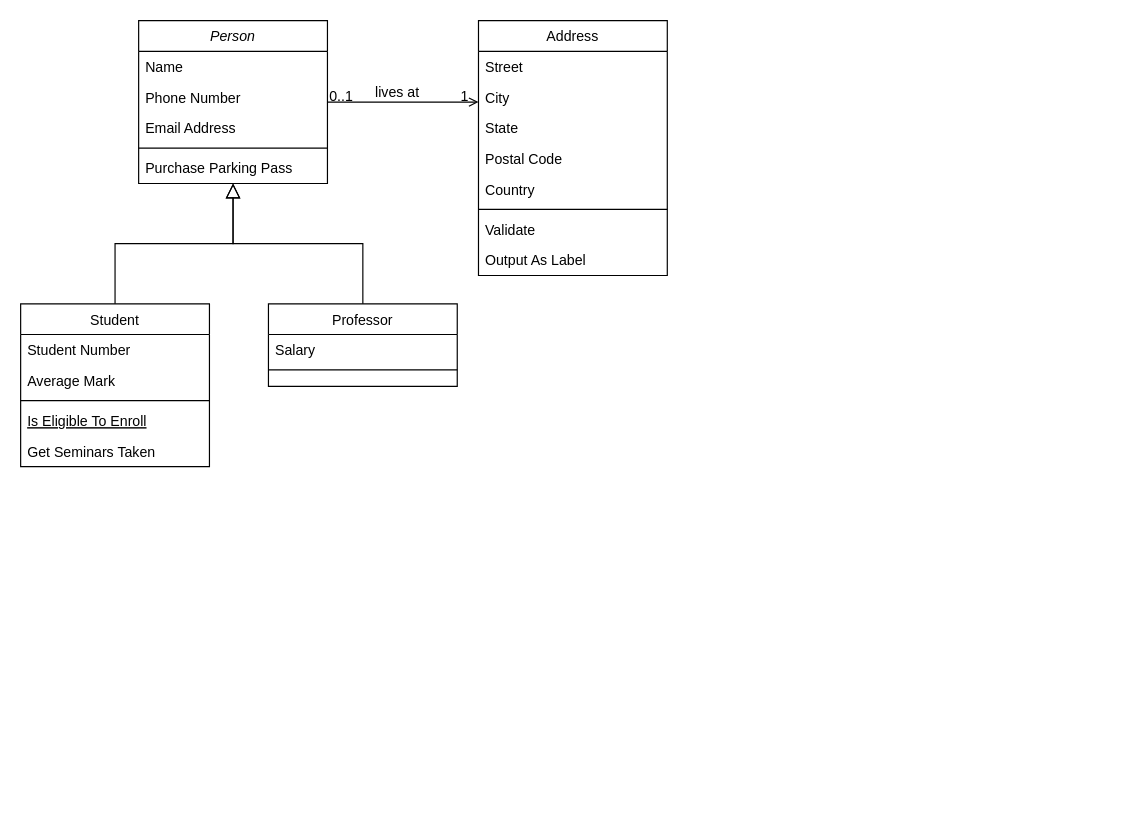
This is DIAG CLASES TP.drawio from phoenix1179/BD, a draw.io file, before an edit. Source tidied: cells renumbered, new cells numbered last; positions are measured from the earlier drawing's top-left corner, leaving out a move shared by most shapes. Both pictures are drawn from the tidied source at 118%, with x=0, y=0 at pixel (20, 20).
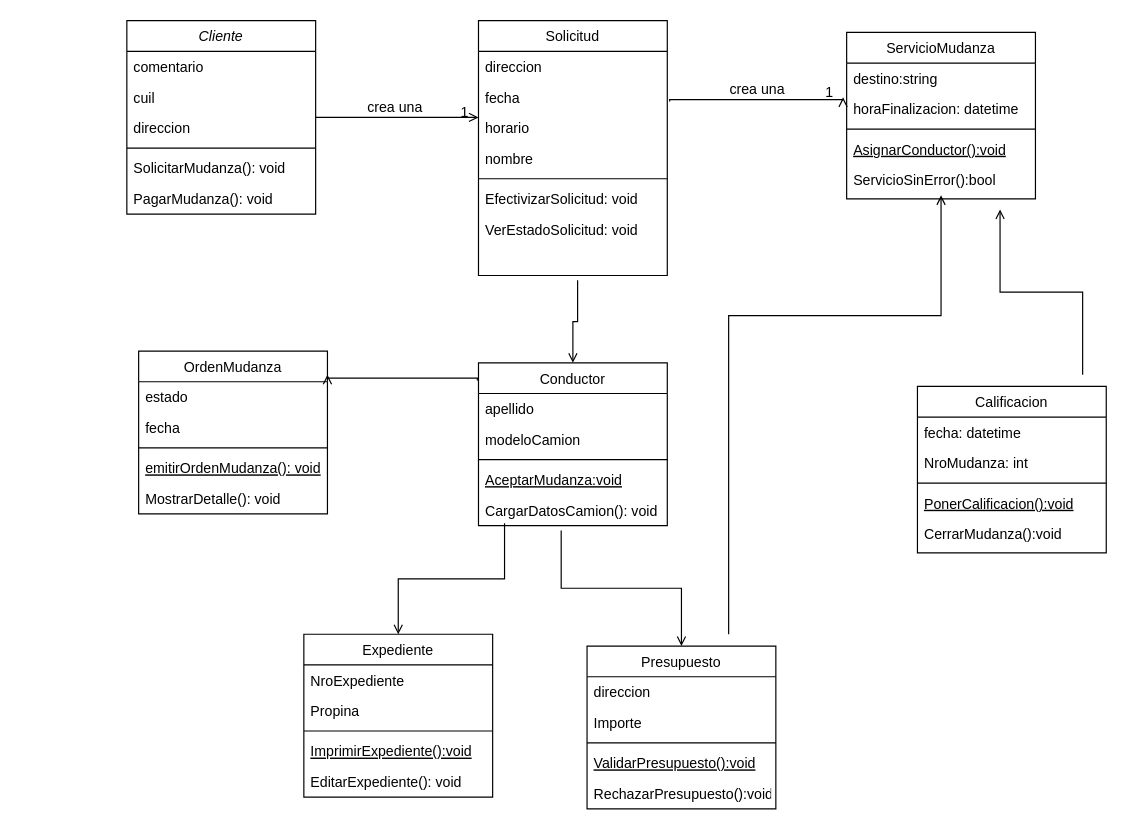
The same diagram, later.

Unchanged cells that the change refers to:
```xml
<mxCell id="28" style="endArrow=open;shadow=0;strokeWidth=1;rounded=0;endFill=1;edgeStyle=elbowEdgeStyle;elbow=vertical;" parent="1" edge="1" source="2" target="19">
  <mxGeometry x="0.5" y="41" relative="1" as="geometry">
    <mxPoint x="-40" y="32" as="offset" />
  </mxGeometry>
</mxCell>
```

What changed in the source:
```diff
@@
-    <mxCell id="2" value="Person" style="swimlane;fontStyle=2;align=center;verticalAlign=top;horizontal=1;startSize=26;rounded=0;shadow=0;strokeWidth=1;" parent="1" vertex="1">
-      <mxGeometry x="100" width="160" height="138" as="geometry" />
+    <mxCell id="2" value="Cliente" style="swimlane;fontStyle=2;align=center;verticalAlign=top;horizontal=1;startSize=26;rounded=0;shadow=0;strokeWidth=1;" parent="1" vertex="1">
+      <mxGeometry x="90" width="160" height="164" as="geometry" />
     </mxCell>
-    <mxCell id="3" value="Name" style="text;align=left;verticalAlign=top;spacingLeft=4;spacingRight=4;overflow=hidden;" parent="2" vertex="1">
+    <mxCell id="3" value="comentario" style="text;align=left;verticalAlign=top;spacingLeft=4;spacingRight=4;overflow=hidden;" parent="2" vertex="1">
       <mxGeometry y="26" width="160" height="26" as="geometry" />
     </mxCell>
-    <mxCell id="4" value="Phone Number" style="text;align=left;verticalAlign=top;spacingLeft=4;spacingRight=4;overflow=hidden;rounded=0;shadow=0;html=0;" parent="2" vertex="1">
+    <mxCell id="4" value="cuil" style="text;align=left;verticalAlign=top;spacingLeft=4;spacingRight=4;overflow=hidden;rounded=0;shadow=0;html=0;" parent="2" vertex="1">
       <mxGeometry y="52" width="160" height="26" as="geometry" />
     </mxCell>
-    <mxCell id="5" value="Email Address" style="text;align=left;verticalAlign=top;spacingLeft=4;spacingRight=4;overflow=hidden;rounded=0;shadow=0;html=0;" parent="2" vertex="1">
+    <mxCell id="5" value="direccion" style="text;align=left;verticalAlign=top;spacingLeft=4;spacingRight=4;overflow=hidden;rounded=0;shadow=0;html=0;" parent="2" vertex="1">
       <mxGeometry y="78" width="160" height="26" as="geometry" />
     </mxCell>
@@
-    <mxCell id="7" value="Purchase Parking Pass" style="text;align=left;verticalAlign=top;spacingLeft=4;spacingRight=4;overflow=hidden;" parent="2" vertex="1">
+    <mxCell id="7" value="SolicitarMudanza(): void&#10;" style="text;align=left;verticalAlign=top;spacingLeft=4;spacingRight=4;overflow=hidden;" parent="2" vertex="1">
       <mxGeometry y="112" width="160" height="26" as="geometry" />
     </mxCell>
+    <mxCell id="32" value="PagarMudanza(): void&#10;" style="text;align=left;verticalAlign=top;spacingLeft=4;spacingRight=4;overflow=hidden;" parent="2" vertex="1">
+      <mxGeometry y="138" width="160" height="26" as="geometry" />
+    </mxCell>
-    <mxCell id="8" value="Student" style="swimlane;fontStyle=0;align=center;verticalAlign=top;horizontal=1;startSize=26;rounded=0;shadow=0;strokeWidth=1;" parent="1" vertex="1">
-      <mxGeometry y="240" width="160" height="138" as="geometry" />
+    <mxCell id="8" value="Conductor" style="swimlane;fontStyle=0;align=center;verticalAlign=top;horizontal=1;startSize=26;rounded=0;shadow=0;strokeWidth=1;" parent="1" vertex="1">
+      <mxGeometry x="388" y="290" width="160" height="138" as="geometry" />
     </mxCell>
-    <mxCell id="9" value="Student Number" style="text;align=left;verticalAlign=top;spacingLeft=4;spacingRight=4;overflow=hidden;" parent="8" vertex="1">
+    <mxCell id="9" value="apellido" style="text;align=left;verticalAlign=top;spacingLeft=4;spacingRight=4;overflow=hidden;" parent="8" vertex="1">
       <mxGeometry y="26" width="160" height="26" as="geometry" />
     </mxCell>
-    <mxCell id="10" value="Average Mark" style="text;align=left;verticalAlign=top;spacingLeft=4;spacingRight=4;overflow=hidden;rounded=0;shadow=0;html=0;" parent="8" vertex="1">
+    <mxCell id="10" value="modeloCamion" style="text;align=left;verticalAlign=top;spacingLeft=4;spacingRight=4;overflow=hidden;rounded=0;shadow=0;html=0;" parent="8" vertex="1">
       <mxGeometry y="52" width="160" height="26" as="geometry" />
     </mxCell>
@@
-    <mxCell id="12" value="Is Eligible To Enroll" style="text;align=left;verticalAlign=top;spacingLeft=4;spacingRight=4;overflow=hidden;fontStyle=4;" parent="8" vertex="1">
+    <mxCell id="12" value="AceptarMudanza:void" style="text;align=left;verticalAlign=top;spacingLeft=4;spacingRight=4;overflow=hidden;fontStyle=4;" parent="8" vertex="1">
       <mxGeometry y="86" width="160" height="26" as="geometry" />
     </mxCell>
-    <mxCell id="13" value="Get Seminars Taken" style="text;align=left;verticalAlign=top;spacingLeft=4;spacingRight=4;overflow=hidden;points=[[0,0.5],[1,0.5]];portConstraint=eastwest;" parent="8" vertex="1">
+    <mxCell id="13" value="CargarDatosCamion(): void" style="text;align=left;verticalAlign=top;spacingLeft=4;spacingRight=4;overflow=hidden;points=[[0,0.5],[1,0.5]];portConstraint=eastwest;" parent="8" vertex="1">
       <mxGeometry y="112" width="160" height="26" as="geometry" />
     </mxCell>
-    <mxCell id="14" style="endArrow=block;endSize=10;endFill=0;shadow=0;strokeWidth=1;rounded=0;edgeStyle=elbowEdgeStyle;elbow=vertical;" parent="1" edge="1" source="8" target="2">
-      <mxGeometry relative="1" as="geometry" />
-    </mxCell>
-    <mxCell id="15" value="Professor" style="swimlane;fontStyle=0;align=center;verticalAlign=top;horizontal=1;startSize=26;rounded=0;shadow=0;strokeWidth=1;" parent="1" vertex="1">
-      <mxGeometry x="210" y="240" width="160" height="70" as="geometry" />
-    </mxCell>
-    <mxCell id="16" value="Salary" style="text;align=left;verticalAlign=top;spacingLeft=4;spacingRight=4;overflow=hidden;" parent="15" vertex="1">
-      <mxGeometry y="26" width="160" height="26" as="geometry" />
-    </mxCell>
-    <mxCell id="17" style="line;html=1;strokeWidth=1;align=left;verticalAlign=middle;spacingTop=-1;spacingLeft=3;spacingRight=3;labelPosition=right;" parent="15" vertex="1">
-      <mxGeometry y="52" width="160" height="8" as="geometry" />
-    </mxCell>
-    <mxCell id="18" style="endArrow=block;endSize=10;endFill=0;shadow=0;strokeWidth=1;rounded=0;edgeStyle=elbowEdgeStyle;elbow=vertical;" parent="1" edge="1" source="15" target="2">
-      <mxGeometry relative="1" as="geometry" />
-    </mxCell>
-    <mxCell id="19" value="Address" style="swimlane;fontStyle=0;align=center;verticalAlign=top;horizontal=1;startSize=26;rounded=0;shadow=0;strokeWidth=1;" parent="1" vertex="1">
+    <mxCell id="19" value="Solicitud" style="swimlane;fontStyle=0;align=center;verticalAlign=top;horizontal=1;startSize=26;rounded=0;shadow=0;strokeWidth=1;" parent="1" vertex="1">
       <mxGeometry x="388" width="160" height="216" as="geometry" />
     </mxCell>
-    <mxCell id="20" value="Street" style="text;align=left;verticalAlign=top;spacingLeft=4;spacingRight=4;overflow=hidden;" parent="19" vertex="1">
+    <mxCell id="20" value="direccion    " style="text;align=left;verticalAlign=top;spacingLeft=4;spacingRight=4;overflow=hidden;" parent="19" vertex="1">
       <mxGeometry y="26" width="160" height="26" as="geometry" />
     </mxCell>
-    <mxCell id="21" value="City" style="text;align=left;verticalAlign=top;spacingLeft=4;spacingRight=4;overflow=hidden;rounded=0;shadow=0;html=0;" parent="19" vertex="1">
+    <mxCell id="21" value="fecha" style="text;align=left;verticalAlign=top;spacingLeft=4;spacingRight=4;overflow=hidden;rounded=0;shadow=0;html=0;" parent="19" vertex="1">
       <mxGeometry y="52" width="160" height="26" as="geometry" />
     </mxCell>
-    <mxCell id="22" value="State" style="text;align=left;verticalAlign=top;spacingLeft=4;spacingRight=4;overflow=hidden;rounded=0;shadow=0;html=0;" parent="19" vertex="1">
+    <mxCell id="22" value="horario" style="text;align=left;verticalAlign=top;spacingLeft=4;spacingRight=4;overflow=hidden;rounded=0;shadow=0;html=0;" parent="19" vertex="1">
       <mxGeometry y="78" width="160" height="26" as="geometry" />
     </mxCell>
-    <mxCell id="23" value="Postal Code" style="text;align=left;verticalAlign=top;spacingLeft=4;spacingRight=4;overflow=hidden;rounded=0;shadow=0;html=0;" parent="19" vertex="1">
+    <mxCell id="23" value="nombre" style="text;align=left;verticalAlign=top;spacingLeft=4;spacingRight=4;overflow=hidden;rounded=0;shadow=0;html=0;" parent="19" vertex="1">
       <mxGeometry y="104" width="160" height="26" as="geometry" />
     </mxCell>
-    <mxCell id="24" value="Country" style="text;align=left;verticalAlign=top;spacingLeft=4;spacingRight=4;overflow=hidden;rounded=0;shadow=0;html=0;" parent="19" vertex="1">
-      <mxGeometry y="130" width="160" height="26" as="geometry" />
-    </mxCell>
     <mxCell id="25" style="line;html=1;strokeWidth=1;align=left;verticalAlign=middle;spacingTop=-1;spacingLeft=3;spacingRight=3;labelPosition=right;" parent="19" vertex="1">
-      <mxGeometry y="156" width="160" height="8" as="geometry" />
+      <mxGeometry y="130" width="160" height="8" as="geometry" />
     </mxCell>
-    <mxCell id="26" value="Validate" style="text;align=left;verticalAlign=top;spacingLeft=4;spacingRight=4;overflow=hidden;" parent="19" vertex="1">
-      <mxGeometry y="164" width="160" height="26" as="geometry" />
+    <mxCell id="26" value="EfectivizarSolicitud: void" style="text;align=left;verticalAlign=top;spacingLeft=4;spacingRight=4;overflow=hidden;" parent="19" vertex="1">
+      <mxGeometry y="138" width="160" height="26" as="geometry" />
     </mxCell>
-    <mxCell id="27" value="Output As Label" style="text;align=left;verticalAlign=top;spacingLeft=4;spacingRight=4;overflow=hidden;" parent="19" vertex="1">
-      <mxGeometry y="190" width="160" height="26" as="geometry" />
+    <mxCell id="27" value="VerEstadoSolicitud: void" style="text;align=left;verticalAlign=top;spacingLeft=4;spacingRight=4;overflow=hidden;" parent="19" vertex="1">
+      <mxGeometry y="164" width="160" height="26" as="geometry" />
     </mxCell>
@@
-    <mxCell id="29" value="0..1" style="align=left;verticalAlign=bottom;labelBackgroundColor=none;fontSize=12;" parent="28" vertex="1">
-      <mxGeometry x="-1" relative="1" as="geometry">
-        <mxPoint y="4" as="offset" />
-      </mxGeometry>
-    </mxCell>
@@
-    <mxCell id="31" value="lives at" style="text;html=1;align=center;verticalAlign=middle;labelBackgroundColor=none;rounded=0;shadow=0;strokeWidth=1;fontSize=12;" parent="28" vertex="1">
+    <mxCell id="31" value="crea una" style="text;html=1;align=center;verticalAlign=middle;labelBackgroundColor=none;rounded=0;shadow=0;strokeWidth=1;fontSize=12;" parent="28" vertex="1">
       <mxGeometry x="0.5" y="49" relative="1" as="geometry">
         <mxPoint x="-38" y="40" as="offset" />
       </mxGeometry>
     </mxCell>
+    <mxCell id="33" style="endArrow=open;shadow=0;strokeWidth=1;rounded=0;endFill=1;edgeStyle=elbowEdgeStyle;elbow=vertical;" parent="1" edge="1" target="8">
+      <mxGeometry x="0.5" y="41" relative="1" as="geometry">
+        <mxPoint x="472" y="220" as="sourcePoint" />
+        <mxPoint x="-40" y="32" as="offset" />
+      </mxGeometry>
+    </mxCell>
+    <mxCell id="34" value="OrdenMudanza" style="swimlane;fontStyle=0;align=center;verticalAlign=top;horizontal=1;startSize=26;rounded=0;shadow=0;strokeWidth=1;" parent="1" vertex="1">
+      <mxGeometry x="100" y="280" width="160" height="138" as="geometry" />
+    </mxCell>
+    <mxCell id="35" value="estado" style="text;align=left;verticalAlign=top;spacingLeft=4;spacingRight=4;overflow=hidden;" parent="34" vertex="1">
+      <mxGeometry y="26" width="160" height="26" as="geometry" />
+    </mxCell>
+    <mxCell id="36" value="fecha" style="text;align=left;verticalAlign=top;spacingLeft=4;spacingRight=4;overflow=hidden;rounded=0;shadow=0;html=0;" parent="34" vertex="1">
+      <mxGeometry y="52" width="160" height="26" as="geometry" />
+    </mxCell>
+    <mxCell id="37" style="line;html=1;strokeWidth=1;align=left;verticalAlign=middle;spacingTop=-1;spacingLeft=3;spacingRight=3;labelPosition=right;" parent="34" vertex="1">
+      <mxGeometry y="78" width="160" height="8" as="geometry" />
+    </mxCell>
+    <mxCell id="38" value="emitirOrdenMudanza(): void" style="text;align=left;verticalAlign=top;spacingLeft=4;spacingRight=4;overflow=hidden;fontStyle=4;" parent="34" vertex="1">
+      <mxGeometry y="86" width="160" height="26" as="geometry" />
+    </mxCell>
+    <mxCell id="39" value="MostrarDetalle(): void" style="text;align=left;verticalAlign=top;spacingLeft=4;spacingRight=4;overflow=hidden;" parent="34" vertex="1">
+      <mxGeometry y="112" width="160" height="26" as="geometry" />
+    </mxCell>
+    <mxCell id="40" style="endArrow=open;shadow=0;strokeWidth=1;rounded=0;endFill=1;edgeStyle=elbowEdgeStyle;elbow=vertical;exitX=-0.006;exitY=0.109;exitDx=0;exitDy=0;exitPerimeter=0;entryX=1;entryY=0.145;entryDx=0;entryDy=0;entryPerimeter=0;" parent="1" edge="1" source="8" target="34">
+      <mxGeometry x="0.5" y="41" relative="1" as="geometry">
+        <mxPoint x="-40" y="32" as="offset" />
+      </mxGeometry>
+    </mxCell>
+    <mxCell id="41" value="Expediente" style="swimlane;fontStyle=0;align=center;verticalAlign=top;horizontal=1;startSize=26;rounded=0;shadow=0;strokeWidth=1;" parent="1" vertex="1">
+      <mxGeometry x="240" y="520" width="160" height="138" as="geometry" />
+    </mxCell>
+    <mxCell id="42" value="NroExpediente" style="text;align=left;verticalAlign=top;spacingLeft=4;spacingRight=4;overflow=hidden;" parent="41" vertex="1">
+      <mxGeometry y="26" width="160" height="26" as="geometry" />
+    </mxCell>
+    <mxCell id="43" value="Propina" style="text;align=left;verticalAlign=top;spacingLeft=4;spacingRight=4;overflow=hidden;rounded=0;shadow=0;html=0;" parent="41" vertex="1">
+      <mxGeometry y="52" width="160" height="26" as="geometry" />
+    </mxCell>
+    <mxCell id="44" style="line;html=1;strokeWidth=1;align=left;verticalAlign=middle;spacingTop=-1;spacingLeft=3;spacingRight=3;labelPosition=right;" parent="41" vertex="1">
+      <mxGeometry y="78" width="160" height="8" as="geometry" />
+    </mxCell>
+    <mxCell id="45" value="ImprimirExpediente():void" style="text;align=left;verticalAlign=top;spacingLeft=4;spacingRight=4;overflow=hidden;fontStyle=4;" parent="41" vertex="1">
+      <mxGeometry y="86" width="160" height="26" as="geometry" />
+    </mxCell>
+    <mxCell id="46" value="EditarExpediente(): void " style="text;align=left;verticalAlign=top;spacingLeft=4;spacingRight=4;overflow=hidden;" parent="41" vertex="1">
+      <mxGeometry y="112" width="160" height="26" as="geometry" />
+    </mxCell>
+    <mxCell id="47" style="endArrow=open;shadow=0;strokeWidth=1;rounded=0;endFill=1;edgeStyle=elbowEdgeStyle;elbow=vertical;exitX=0.138;exitY=0.923;exitDx=0;exitDy=0;exitPerimeter=0;entryX=0.5;entryY=0;entryDx=0;entryDy=0;" parent="1" edge="1" source="13" target="41">
+      <mxGeometry x="0.5" y="41" relative="1" as="geometry">
+        <mxPoint x="-40" y="32" as="offset" />
+      </mxGeometry>
+    </mxCell>
+    <mxCell id="48" value="Presupuesto" style="swimlane;fontStyle=0;align=center;verticalAlign=top;horizontal=1;startSize=26;rounded=0;shadow=0;strokeWidth=1;" parent="1" vertex="1">
+      <mxGeometry x="480" y="530" width="160" height="138" as="geometry" />
+    </mxCell>
+    <mxCell id="49" value="direccion" style="text;align=left;verticalAlign=top;spacingLeft=4;spacingRight=4;overflow=hidden;" parent="48" vertex="1">
+      <mxGeometry y="26" width="160" height="26" as="geometry" />
+    </mxCell>
+    <mxCell id="50" value="Importe" style="text;align=left;verticalAlign=top;spacingLeft=4;spacingRight=4;overflow=hidden;rounded=0;shadow=0;html=0;" parent="48" vertex="1">
+      <mxGeometry y="52" width="160" height="26" as="geometry" />
+    </mxCell>
+    <mxCell id="51" style="line;html=1;strokeWidth=1;align=left;verticalAlign=middle;spacingTop=-1;spacingLeft=3;spacingRight=3;labelPosition=right;" parent="48" vertex="1">
+      <mxGeometry y="78" width="160" height="8" as="geometry" />
+    </mxCell>
+    <mxCell id="52" value="ValidarPresupuesto():void" style="text;align=left;verticalAlign=top;spacingLeft=4;spacingRight=4;overflow=hidden;fontStyle=4;" parent="48" vertex="1">
+      <mxGeometry y="86" width="160" height="26" as="geometry" />
+    </mxCell>
+    <mxCell id="53" value="RechazarPresupuesto():void" style="text;align=left;verticalAlign=top;spacingLeft=4;spacingRight=4;overflow=hidden;" parent="48" vertex="1">
+      <mxGeometry y="112" width="160" height="26" as="geometry" />
+    </mxCell>
+    <mxCell id="54" style="endArrow=open;shadow=0;strokeWidth=1;rounded=0;endFill=1;edgeStyle=elbowEdgeStyle;elbow=vertical;exitX=0.438;exitY=1.154;exitDx=0;exitDy=0;exitPerimeter=0;entryX=0.5;entryY=0;entryDx=0;entryDy=0;" parent="1" edge="1" source="13" target="48">
+      <mxGeometry x="0.5" y="41" relative="1" as="geometry">
+        <mxPoint x="-40" y="32" as="offset" />
+      </mxGeometry>
+    </mxCell>
+    <mxCell id="55" value="ServicioMudanza" style="swimlane;fontStyle=0;align=center;verticalAlign=top;horizontal=1;startSize=26;rounded=0;shadow=0;strokeWidth=1;" parent="1" vertex="1">
+      <mxGeometry x="700" y="10" width="160" height="141" as="geometry" />
+    </mxCell>
+    <mxCell id="56" value="destino:string" style="text;align=left;verticalAlign=top;spacingLeft=4;spacingRight=4;overflow=hidden;" parent="55" vertex="1">
+      <mxGeometry y="26" width="160" height="26" as="geometry" />
+    </mxCell>
+    <mxCell id="57" value="horaFinalizacion: datetime" style="text;align=left;verticalAlign=top;spacingLeft=4;spacingRight=4;overflow=hidden;points=[[0,0.5],[1,0.5]];portConstraint=eastwest;rounded=0;shadow=0;html=0;" parent="55" vertex="1">
+      <mxGeometry y="52" width="160" height="26" as="geometry" />
+    </mxCell>
+    <mxCell id="58" style="line;html=1;strokeWidth=1;align=left;verticalAlign=middle;spacingTop=-1;spacingLeft=3;spacingRight=3;labelPosition=right;" parent="55" vertex="1">
+      <mxGeometry y="78" width="160" height="8" as="geometry" />
+    </mxCell>
+    <mxCell id="59" value="AsignarConductor():void" style="text;align=left;verticalAlign=top;spacingLeft=4;spacingRight=4;overflow=hidden;fontStyle=4;" parent="55" vertex="1">
+      <mxGeometry y="86" width="160" height="26" as="geometry" />
+    </mxCell>
+    <mxCell id="60" value="ServicioSinError():bool" style="text;align=left;verticalAlign=top;spacingLeft=4;spacingRight=4;overflow=hidden;points=[[0,0.5],[1,0.5]];portConstraint=eastwest;" parent="55" vertex="1">
+      <mxGeometry y="112" width="160" height="26" as="geometry" />
+    </mxCell>
+    <mxCell id="61" style="endArrow=open;shadow=0;strokeWidth=1;rounded=0;endFill=1;edgeStyle=elbowEdgeStyle;elbow=vertical;entryX=-0.019;entryY=0.115;entryDx=0;entryDy=0;entryPerimeter=0;" parent="1" edge="1" target="57">
+      <mxGeometry x="0.5" y="41" relative="1" as="geometry">
+        <mxPoint x="550" y="68.5" as="sourcePoint" />
+        <mxPoint x="-40" y="32" as="offset" />
+      </mxGeometry>
+    </mxCell>
+    <mxCell id="62" value="1" style="align=right;verticalAlign=bottom;labelBackgroundColor=none;fontSize=12;" parent="61" vertex="1">
+      <mxGeometry x="1" relative="1" as="geometry">
+        <mxPoint x="-7" y="4" as="offset" />
+      </mxGeometry>
+    </mxCell>
+    <mxCell id="63" value="crea una" style="text;html=1;align=center;verticalAlign=middle;labelBackgroundColor=none;rounded=0;shadow=0;strokeWidth=1;fontSize=12;" parent="61" vertex="1">
+      <mxGeometry x="0.5" y="49" relative="1" as="geometry">
+        <mxPoint x="-38" y="40" as="offset" />
+      </mxGeometry>
+    </mxCell>
+    <mxCell id="64" value="Calificacion" style="swimlane;fontStyle=0;align=center;verticalAlign=top;horizontal=1;startSize=26;rounded=0;shadow=0;strokeWidth=1;" parent="1" vertex="1">
+      <mxGeometry x="760" y="310" width="160" height="141" as="geometry" />
+    </mxCell>
+    <mxCell id="65" value="fecha: datetime" style="text;align=left;verticalAlign=top;spacingLeft=4;spacingRight=4;overflow=hidden;" parent="64" vertex="1">
+      <mxGeometry y="26" width="160" height="26" as="geometry" />
+    </mxCell>
+    <mxCell id="66" value="NroMudanza: int" style="text;align=left;verticalAlign=top;spacingLeft=4;spacingRight=4;overflow=hidden;rounded=0;shadow=0;html=0;" parent="64" vertex="1">
+      <mxGeometry y="52" width="160" height="26" as="geometry" />
+    </mxCell>
+    <mxCell id="67" style="line;html=1;strokeWidth=1;align=left;verticalAlign=middle;spacingTop=-1;spacingLeft=3;spacingRight=3;labelPosition=right;" parent="64" vertex="1">
+      <mxGeometry y="78" width="160" height="8" as="geometry" />
+    </mxCell>
+    <mxCell id="68" value="PonerCalificacion():void" style="text;align=left;verticalAlign=top;spacingLeft=4;spacingRight=4;overflow=hidden;fontStyle=4;" parent="64" vertex="1">
+      <mxGeometry y="86" width="160" height="26" as="geometry" />
+    </mxCell>
+    <mxCell id="69" value="CerrarMudanza():void" style="text;align=left;verticalAlign=top;spacingLeft=4;spacingRight=4;overflow=hidden;" parent="64" vertex="1">
+      <mxGeometry y="112" width="160" height="26" as="geometry" />
+    </mxCell>
+    <mxCell id="70" style="endArrow=open;shadow=0;strokeWidth=1;rounded=0;endFill=1;edgeStyle=elbowEdgeStyle;elbow=vertical;" parent="1" edge="1" target="60">
+      <mxGeometry x="0.5" y="41" relative="1" as="geometry">
+        <mxPoint x="600" y="520" as="sourcePoint" />
+        <Array as="points">
+          <mxPoint x="650" y="250" />
+        </Array>
+        <mxPoint x="-40" y="32" as="offset" />
+      </mxGeometry>
+    </mxCell>
+    <mxCell id="71" style="endArrow=open;shadow=0;strokeWidth=1;rounded=0;endFill=1;edgeStyle=elbowEdgeStyle;elbow=vertical;" parent="1" edge="1">
+      <mxGeometry x="0.5" y="41" relative="1" as="geometry">
+        <mxPoint x="900" y="300" as="sourcePoint" />
+        <mxPoint x="830" y="160" as="targetPoint" />
+        <mxPoint x="-40" y="32" as="offset" />
+      </mxGeometry>
+    </mxCell>
```
